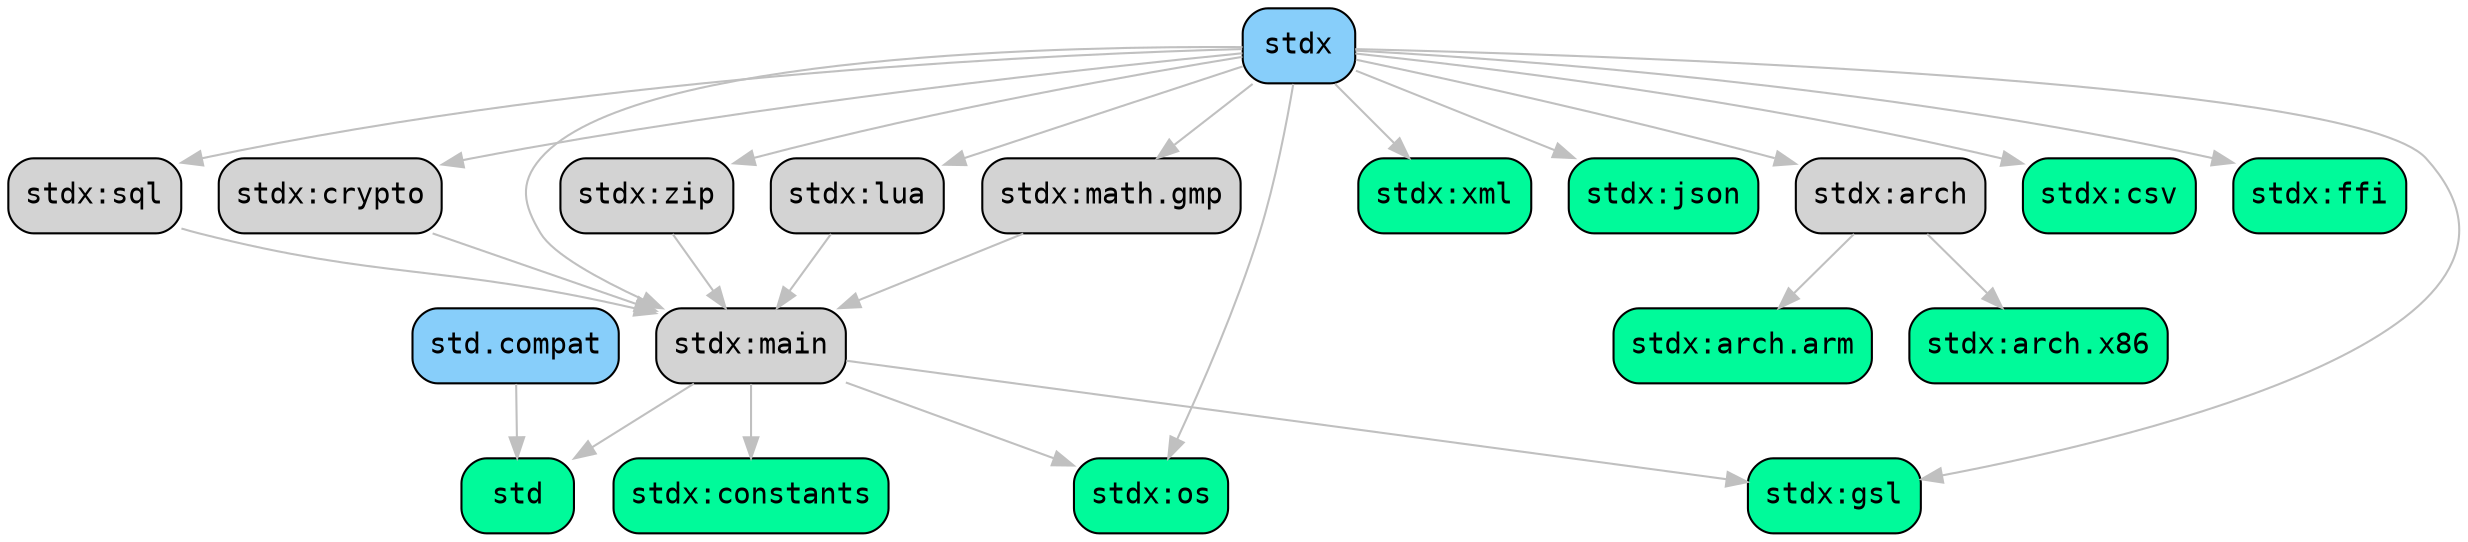
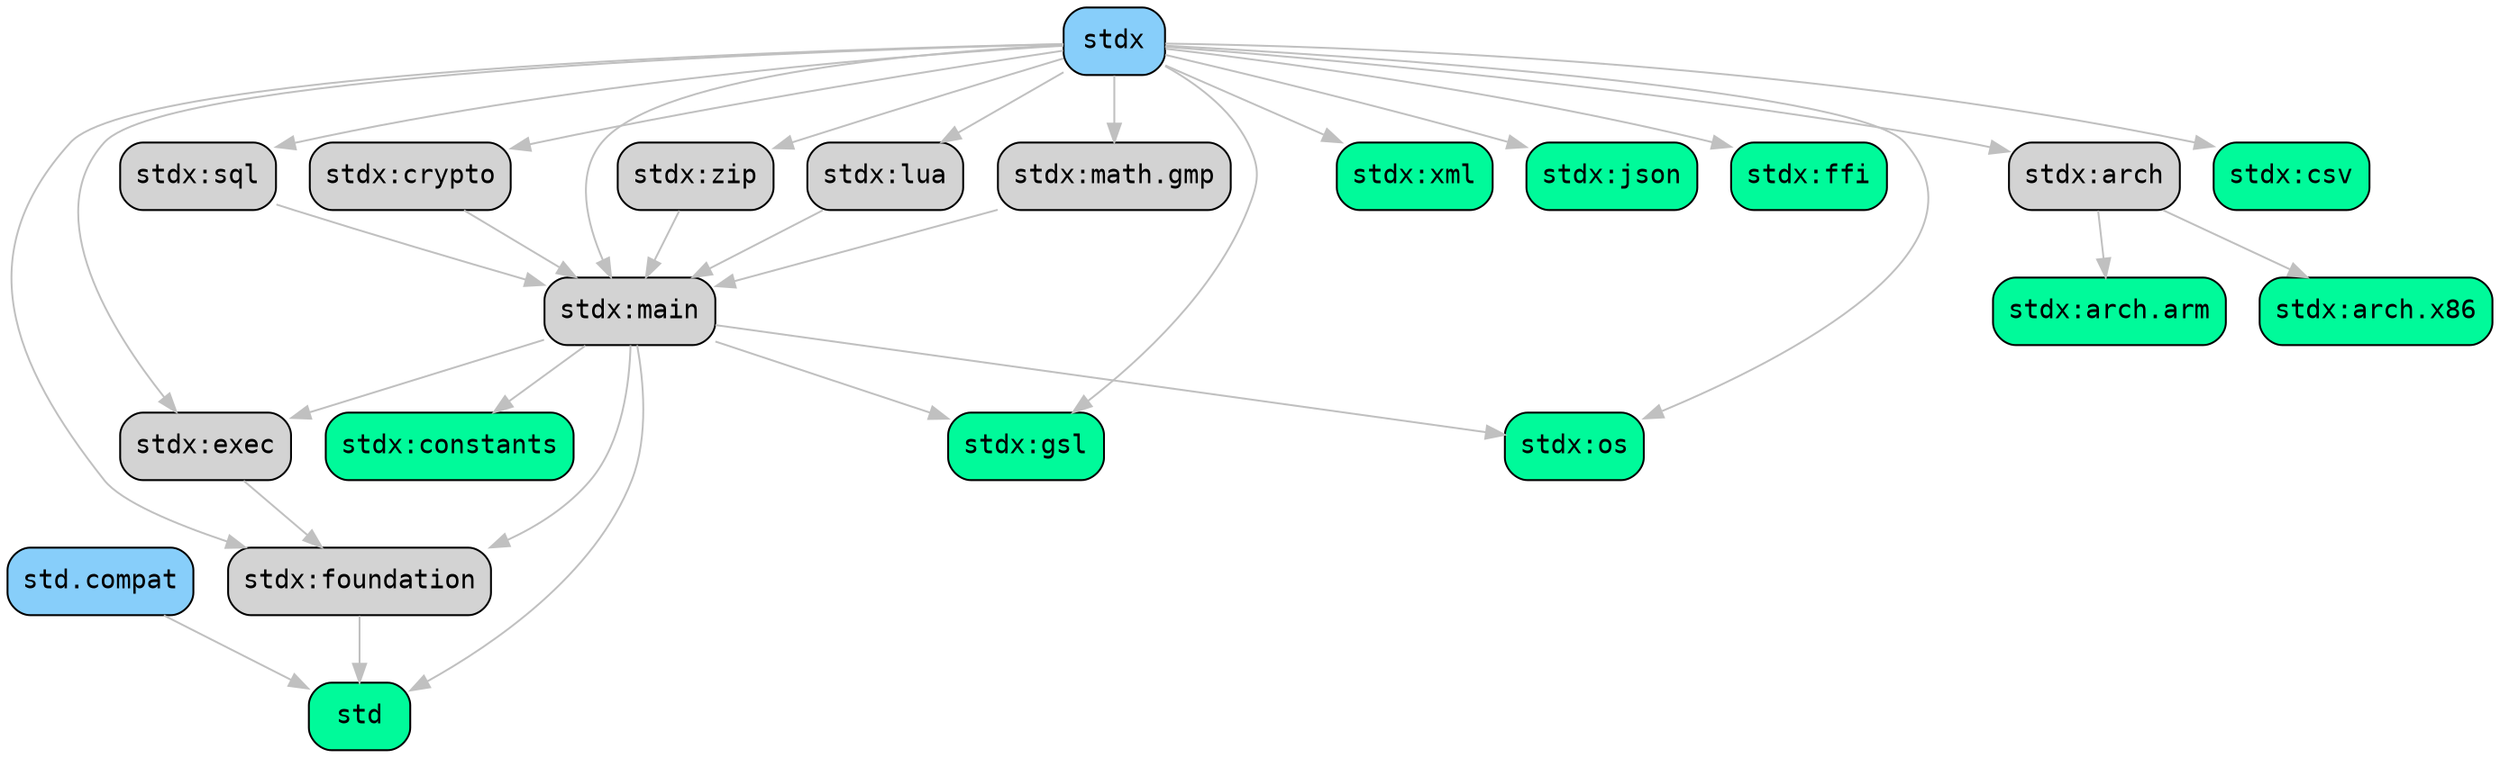
digraph {
- 	18 [label=<std.compat<br/>>, fontname=Monospace, shape=box, style="rounded,filled", fillcolor=lightskyblue];
- 	17 [label=<std<br/>>, fontname=Monospace, shape=box, style="rounded,filled", fillcolor=mediumspringgreen];
- 	16 [label=<stdx:zip<br/>>, fontname=Monospace, shape=box, style="rounded,filled", fillcolor=lightgrey];
- 	15 [label=<stdx:xml<br/>>, fontname=Monospace, shape=box, style="rounded,filled", fillcolor=mediumspringgreen];
- 	14 [label=<stdx:lua<br/>>, fontname=Monospace, shape=box, style="rounded,filled", fillcolor=lightgrey];
- 	13 [label=<stdx:json<br/>>, fontname=Monospace, shape=box, style="rounded,filled", fillcolor=mediumspringgreen];
+ 	20 [label=<std.compat<br/>>, fontname=Monospace, shape=box, style="rounded,filled", fillcolor=lightskyblue];
+ 	19 [label=<std<br/>>, fontname=Monospace, shape=box, style="rounded,filled", fillcolor=mediumspringgreen];
+ 	18 [label=<stdx:zip<br/>>, fontname=Monospace, shape=box, style="rounded,filled", fillcolor=lightgrey];
+ 	17 [label=<stdx:xml<br/>>, fontname=Monospace, shape=box, style="rounded,filled", fillcolor=mediumspringgreen];
+ 	16 [label=<stdx:lua<br/>>, fontname=Monospace, shape=box, style="rounded,filled", fillcolor=lightgrey];
+ 	15 [label=<stdx:json<br/>>, fontname=Monospace, shape=box, style="rounded,filled", fillcolor=mediumspringgreen];
+ 	14 [label=<stdx:gsl<br/>>, fontname=Monospace, shape=box, style="rounded,filled", fillcolor=mediumspringgreen];
+ 	13 [label=<stdx:ffi<br/>>, fontname=Monospace, shape=box, style="rounded,filled", fillcolor=mediumspringgreen];
	0 [label=<stdx:constants<br/>>, fontname=Monospace, shape=box, style="rounded,filled", fillcolor=mediumspringgreen];
	1 [label=<stdx:math.gmp<br/>>, fontname=Monospace, shape=box, style="rounded,filled", fillcolor=lightgrey];
	2 [label=<stdx:main<br/>>, fontname=Monospace, shape=box, style="rounded,filled", fillcolor=lightgrey];
	3 [label=<stdx:sql<br/>>, fontname=Monospace, shape=box, style="rounded,filled", fillcolor=lightgrey];
	4 [label=<stdx:os<br/>>, fontname=Monospace, shape=box, style="rounded,filled", fillcolor=mediumspringgreen];
	5 [label=<stdx:crypto<br/>>, fontname=Monospace, shape=box, style="rounded,filled", fillcolor=lightgrey];
	6 [label=<stdx:arch.arm<br/>>, fontname=Monospace, shape=box, style="rounded,filled", fillcolor=mediumspringgreen];
	7 [label=<stdx:arch.x86<br/>>, fontname=Monospace, shape=box, style="rounded,filled", fillcolor=mediumspringgreen];
	8 [label=<stdx:arch<br/>>, fontname=Monospace, shape=box, style="rounded,filled", fillcolor=lightgrey];
	9 [label=<stdx<br/>>, fontname=Monospace, shape=box, style="rounded,filled", fillcolor=lightskyblue];
- 	10 [label=<stdx:csv<br/>>, fontname=Monospace, shape=box, style="rounded,filled", fillcolor=mediumspringgreen];
- 	11 [label=<stdx:ffi<br/>>, fontname=Monospace, shape=box, style="rounded,filled", fillcolor=mediumspringgreen];
- 	12 [label=<stdx:gsl<br/>>, fontname=Monospace, shape=box, style="rounded,filled", fillcolor=mediumspringgreen];
- 	18 -> 17 [style=solid, penwidth=1, color=gray, fontcolor=gray];
+ 	10 [label=<stdx:foundation<br/>>, fontname=Monospace, shape=box, style="rounded,filled", fillcolor=lightgrey];
+ 	11 [label=<stdx:csv<br/>>, fontname=Monospace, shape=box, style="rounded,filled", fillcolor=mediumspringgreen];
+ 	12 [label=<stdx:exec<br/>>, fontname=Monospace, shape=box, style="rounded,filled", fillcolor=lightgrey];
+ 	20 -> 19 [style=solid, penwidth=1, color=gray, fontcolor=gray];
+ 	18 -> 2 [style=solid, penwidth=1, color=gray, fontcolor=gray];
+ 	9 -> 14 [style=solid, penwidth=1, color=gray, fontcolor=gray];
+ 	9 -> 5 [style=solid, penwidth=1, color=gray, fontcolor=gray];
+ 	9 -> 13 [style=solid, penwidth=1, color=gray, fontcolor=gray];
+ 	2 -> 12 [style=solid, penwidth=1, color=gray, fontcolor=gray];
+ 	9 -> 2 [style=solid, penwidth=1, color=gray, fontcolor=gray];
+ 	9 -> 10 [style=solid, penwidth=1, color=gray, fontcolor=gray];
+ 	9 -> 12 [style=solid, penwidth=1, color=gray, fontcolor=gray];
+ 	5 -> 2 [style=solid, penwidth=1, color=gray, fontcolor=gray];
+ 	8 -> 6 [style=solid, penwidth=1, color=gray, fontcolor=gray];
+ 	9 -> 8 [style=solid, penwidth=1, color=gray, fontcolor=gray];
+ 	3 -> 2 [style=solid, penwidth=1, color=gray, fontcolor=gray];
+ 	9 -> 16 [style=solid, penwidth=1, color=gray, fontcolor=gray];
+ 	9 -> 1 [style=solid, penwidth=1, color=gray, fontcolor=gray];
+ 	9 -> 4 [style=solid, penwidth=1, color=gray, fontcolor=gray];
+ 	2 -> 19 [style=solid, penwidth=1, color=gray, fontcolor=gray];
+ 	9 -> 3 [style=solid, penwidth=1, color=gray, fontcolor=gray];
+ 	9 -> 17 [style=solid, penwidth=1, color=gray, fontcolor=gray];
+ 	9 -> 11 [style=solid, penwidth=1, color=gray, fontcolor=gray];
+ 	8 -> 7 [style=solid, penwidth=1, color=gray, fontcolor=gray];
+ 	2 -> 10 [style=solid, penwidth=1, color=gray, fontcolor=gray];
+ 	9 -> 18 [style=solid, penwidth=1, color=gray, fontcolor=gray];
	16 -> 2 [style=solid, penwidth=1, color=gray, fontcolor=gray];
+ 	12 -> 10 [style=solid, penwidth=1, color=gray, fontcolor=gray];
+ 	1 -> 2 [style=solid, penwidth=1, color=gray, fontcolor=gray];
+ 	9 -> 15 [style=solid, penwidth=1, color=gray, fontcolor=gray];
+ 	10 -> 19 [style=solid, penwidth=1, color=gray, fontcolor=gray];
+ 	2 -> 14 [style=solid, penwidth=1, color=gray, fontcolor=gray];
+ 	2 -> 0 [style=solid, penwidth=1, color=gray, fontcolor=gray];
	2 -> 4 [style=solid, penwidth=1, color=gray, fontcolor=gray];
- 	2 -> 0 [style=solid, penwidth=1, color=gray, fontcolor=gray];
- 	14 -> 2 [style=solid, penwidth=1, color=gray, fontcolor=gray];
- 	9 -> 15 [style=solid, penwidth=1, color=gray, fontcolor=gray];
- 	9 -> 3 [style=solid, penwidth=1, color=gray, fontcolor=gray];
- 	9 -> 4 [style=solid, penwidth=1, color=gray, fontcolor=gray];
- 	9 -> 1 [style=solid, penwidth=1, color=gray, fontcolor=gray];
- 	9 -> 16 [style=solid, penwidth=1, color=gray, fontcolor=gray];
- 	1 -> 2 [style=solid, penwidth=1, color=gray, fontcolor=gray];
- 	3 -> 2 [style=solid, penwidth=1, color=gray, fontcolor=gray];
- 	5 -> 2 [style=solid, penwidth=1, color=gray, fontcolor=gray];
- 	9 -> 12 [style=solid, penwidth=1, color=gray, fontcolor=gray];
- 	8 -> 7 [style=solid, penwidth=1, color=gray, fontcolor=gray];
- 	9 -> 2 [style=solid, penwidth=1, color=gray, fontcolor=gray];
- 	2 -> 12 [style=solid, penwidth=1, color=gray, fontcolor=gray];
- 	9 -> 11 [style=solid, penwidth=1, color=gray, fontcolor=gray];
- 	9 -> 8 [style=solid, penwidth=1, color=gray, fontcolor=gray];
- 	9 -> 5 [style=solid, penwidth=1, color=gray, fontcolor=gray];
- 	2 -> 17 [style=solid, penwidth=1, color=gray, fontcolor=gray];
- 	9 -> 10 [style=solid, penwidth=1, color=gray, fontcolor=gray];
- 	8 -> 6 [style=solid, penwidth=1, color=gray, fontcolor=gray];
- 	9 -> 13 [style=solid, penwidth=1, color=gray, fontcolor=gray];
- 	9 -> 14 [style=solid, penwidth=1, color=gray, fontcolor=gray];
}
